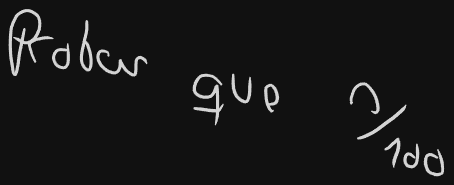
EgusquizaOreJesus/vault_obsidian keeps this Excalidraw diagram as ANEXOS/Week2 - Notes 2024-08-29 12.16.21.excalidraw.png. Above is the earlier version. Source tidied: one line per element, renumbered; positions are measured from the earlier drawing's top-left corner, leaving out a move shared by most shapes.
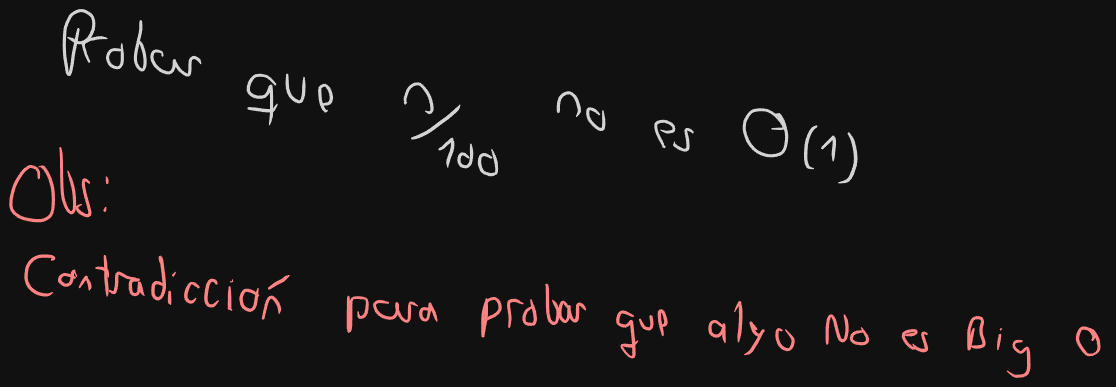
Later version of the same file.

Commit message:
vault backup: 2024-08-29 14:12:05

What changed in the source:
```diff
@@ -12,3 +12,56 @@
 {"id": 11, "type": "freedraw", "strokeColor": "#1e1e1e", "strokeWidth": 0.5, "roughness": 1, "x": 376, "y": 139, "width": 13, "height": 29, "points": [[0, 0], [4, -1], [6, -4], [7, -6], [10, -7], [11, -8], [12, -10], [13, -11], [13, -7], [13, -5], [13, 0], [12, 2], [11, 6], [8, 11], [8, 13], [7, 16], [7, 17], [7, 18], [8, 18], [8, 18]]}
 {"id": 12, "type": "freedraw", "strokeColor": "#1e1e1e", "strokeWidth": 0.5, "roughness": 1, "x": 404, "y": 148, "width": 13, "height": 24, "points": [[0, 0], [-5, -5], [-7, -5], [-8, -4], [-10, -1], [-10, 1], [-10, 4], [-10, 6], [-7, 8], [-6, 10], [-1, 10], [0, 10], [2, 6], [4, 4], [4, -5], [4, -8], [2, -12], [2, -14], [2, -14]]}
 {"id": 13, "type": "freedraw", "strokeColor": "#1e1e1e", "strokeWidth": 0.5, "roughness": 1, "x": 427, "y": 148, "width": 19, "height": 28, "points": [[0, 0], [-8, -5], [-10, -4], [-12, -1], [-12, 1], [-12, 5], [-12, 8], [-10, 14], [-7, 17], [-1, 18], [4, 18], [6, 16], [7, 14], [5, -1], [2, -5], [0, -10], [0, -10]]}
+{"id": 14, "type": "freedraw", "strokeColor": "#1e1e1e", "strokeWidth": 0.5, "roughness": 1, "x": 494, "y": 102, "width": 22, "height": 25, "points": [[0, 0], [0, 2], [0, 1], [0, -1], [0, -4], [0, -7], [0, -10], [1, -13], [2, -17], [7, -20], [12, -20], [14, -19], [18, -14], [19, -12], [20, -6], [22, -1], [22, 0], [20, 2], [18, 4], [18, 5], [18, 5]]}
+{"id": 15, "type": "freedraw", "strokeColor": "#1e1e1e", "strokeWidth": 0.5, "roughness": 1, "x": 535, "y": 104, "width": 17, "height": 22, "points": [[0, 0], [-6, -6], [-8, -6], [-10, -6], [-12, -6], [-12, -4], [-12, 2], [-10, 8], [-6, 11], [-1, 14], [0, 16], [2, 16], [4, 16], [5, 14], [5, 13], [5, 7], [5, 4], [4, -2], [4, -5], [4, -5]]}
+{"id": 16, "type": "freedraw", "strokeColor": "#1e1e1e", "strokeWidth": 0.5, "roughness": 1, "x": 599, "y": 137, "width": 19, "height": 28, "points": [[0, 0], [2, 1], [2, 0], [0, -2], [-1, -6], [-4, -8], [-5, -12], [-6, -14], [-7, -18], [-7, -20], [-7, -22], [-7, -24], [-6, -25], [-4, -25], [1, -26], [7, -25], [11, -22], [12, -20], [12, -17], [11, -14], [8, -14], [4, -14], [1, -14], [-1, -17], [-2, -17], [-2, -17]]}
+{"id": 17, "type": "freedraw", "strokeColor": "#1e1e1e", "strokeWidth": 0.5, "roughness": 1, "x": 629, "y": 122, "width": 20, "height": 23, "points": [[0, 0], [-4, -4], [-6, -4], [-7, -4], [-7, -2], [-7, -1], [-6, 5], [-5, 8], [-5, 11], [-5, 13], [-5, 16], [-5, 17], [-5, 18], [-10, 19], [-16, 16], [-18, 13], [-19, 12], [-20, 11], [-20, 10], [-18, 10], [-18, 10]]}
+{"id": 18, "type": "freedraw", "strokeColor": "#1e1e1e", "strokeWidth": 0.5, "roughness": 1, "x": 708, "y": 119, "width": 44, "height": 48, "points": [[0, 0], [8, 0], [10, 0], [11, 0], [12, 0], [12, -1], [12, -2], [11, -5], [10, -6], [8, -8], [6, -11], [4, -13], [1, -16], [-1, -17], [-4, -18], [-6, -19], [-8, -19], [-13, -19], [-18, -19], [-23, -17], [-24, -14], [-28, -8], [-29, -4], [-29, 6], [-24, 14], [-22, 18], [-14, 25], [-10, 26], [-1, 29], [7, 28], [13, 24], [14, 20], [16, 12], [16, 1], [13, -5], [10, -13], [6, -17], [5, -17], [4, -17], [4, -14], [4, -14]]}
+{"id": 19, "type": "freedraw", "strokeColor": "#1e1e1e", "strokeWidth": 0.5, "roughness": 1, "x": 752, "y": 116, "width": 11, "height": 43, "points": [[0, 0], [-1, 0], [-5, 2], [-6, 5], [-8, 10], [-10, 14], [-11, 19], [-11, 24], [-11, 29], [-11, 32], [-11, 36], [-10, 38], [-8, 42], [-6, 43], [-5, 43], [-2, 42], [-2, 42]]}
+{"id": 20, "type": "freedraw", "strokeColor": "#1e1e1e", "strokeWidth": 0.5, "roughness": 1, "x": 758, "y": 138, "width": 12, "height": 25, "points": [[0, 0], [8, -8], [10, -10], [11, -11], [12, -12], [12, -10], [12, -7], [12, -4], [12, 0], [11, 4], [11, 7], [11, 11], [11, 12], [11, 13], [11, 13]]}
+{"id": 21, "type": "freedraw", "strokeColor": "#1e1e1e", "strokeWidth": 0.5, "roughness": 1, "x": 785, "y": 124, "width": 18, "height": 49, "points": [[0, 0], [6, 10], [6, 14], [7, 20], [7, 25], [7, 30], [6, 35], [2, 43], [1, 46], [-1, 48], [-4, 49], [-8, 49], [-11, 49], [-11, 49]]}
+{"id": 22, "type": "freedraw", "strokeColor": "#e03131", "strokeWidth": 0.5, "roughness": 1, "x": -25, "y": 168, "width": 44, "height": 58, "points": [[0, 0], [0, -2], [0, -4], [0, -5], [0, -7], [-1, -8], [-2, -10], [-4, -11], [-5, -11], [-8, -12], [-11, -12], [-14, -8], [-18, -5], [-23, 4], [-25, 8], [-26, 13], [-29, 24], [-29, 28], [-28, 35], [-24, 37], [-19, 40], [-14, 42], [-8, 42], [-4, 43], [5, 43], [8, 42], [14, 37], [16, 32], [16, 20], [14, 6], [12, -1], [7, -10], [4, -13], [1, -14], [0, -14], [0, -11], [0, -11]]}
+{"id": 23, "type": "freedraw", "strokeColor": "#e03131", "strokeWidth": 0.5, "roughness": 1, "x": -4, "y": 138, "width": 14, "height": 66, "points": [[0, 0], [1, 2], [1, 7], [1, 12], [1, 18], [1, 25], [1, 32], [2, 64], [7, 65], [10, 66], [11, 66], [12, 66], [13, 64], [14, 62], [14, 59], [14, 49], [13, 36], [10, 28], [8, 25], [8, 23], [7, 23], [7, 23]]}
+{"id": 24, "type": "freedraw", "strokeColor": "#e03131", "strokeWidth": 0.5, "roughness": 1, "x": 25, "y": 173, "width": 14, "height": 37, "points": [[0, 0], [-4, -4], [-5, -4], [-6, -4], [-6, -2], [-6, 1], [-6, 5], [-5, 8], [-4, 13], [-2, 18], [-1, 22], [0, 25], [0, 28], [1, 30], [1, 32], [0, 34], [-2, 34], [-6, 32], [-11, 29], [-12, 28], [-13, 25], [-13, 23], [-10, 22], [-7, 22], [-7, 22]]}
+{"id": 25, "type": "freedraw", "strokeColor": "#e03131", "strokeWidth": 0.5, "roughness": 1, "x": 41, "y": 200, "width": 1, "height": 4, "points": [[0, 0], [1, 0], [1, -4], [1, -4]]}
+{"id": 26, "type": "freedraw", "strokeColor": "#e03131", "strokeWidth": 0.5, "roughness": 1, "x": 43, "y": 173, "width": 1, "height": 7, "points": [[0, 0], [0, -6], [0, -7], [-1, -6], [-1, -6]]}
+{"id": 27, "type": "freedraw", "strokeColor": "#e03131", "strokeWidth": 0.5, "roughness": 1, "x": -12, "y": 250, "width": 30, "height": 40, "points": [[0, 0], [4, 0], [4, -1], [2, -2], [0, -4], [-4, -4], [-6, -4], [-10, -4], [-13, -4], [-17, -2], [-20, 0], [-23, 2], [-25, 7], [-26, 11], [-26, 18], [-26, 24], [-23, 29], [-20, 31], [-16, 34], [-13, 35], [-8, 36], [-2, 36], [0, 35], [1, 32], [1, 32]]}
+{"id": 28, "type": "freedraw", "strokeColor": "#e03131", "strokeWidth": 0.5, "roughness": 1, "x": 11, "y": 268, "width": 18, "height": 16, "points": [[0, 0], [-8, -4], [-11, -4], [-13, -4], [-16, 0], [-16, 1], [-16, 4], [-16, 5], [-12, 7], [-8, 8], [-7, 8], [-4, 6], [-4, 5], [-2, 2], [-2, -1], [-2, -2], [-2, -5], [-2, -6], [-1, -7], [0, -7], [2, 0], [2, 0]]}
+{"id": 29, "type": "freedraw", "strokeColor": "#e03131", "strokeWidth": 0.5, "roughness": 1, "x": 16, "y": 277, "width": 11, "height": 17, "points": [[0, 0], [7, -12], [8, -12], [11, -2], [11, 0], [11, 4], [10, 4], [10, 5], [10, 4], [10, 2], [10, 2]]}
+{"id": 30, "type": "freedraw", "strokeColor": "#e03131", "strokeWidth": 0.5, "roughness": 1, "x": 41, "y": 246, "width": 2, "height": 41, "points": [[0, 0], [1, 10], [1, 14], [1, 19], [1, 24], [1, 28], [2, 32], [2, 35], [2, 40], [2, 41], [2, 41]]}
+{"id": 31, "type": "freedraw", "strokeColor": "#e03131", "strokeWidth": 0.5, "roughness": 1, "x": 32, "y": 258, "width": 12, "height": 10, "points": [[0, 0], [7, 0], [8, 1], [10, 2], [11, 2], [12, 4], [12, 7], [12, 10], [12, 10]]}
+{"id": 32, "type": "freedraw", "strokeColor": "#e03131", "strokeWidth": 0.5, "roughness": 1, "x": 46, "y": 281, "width": 35, "height": 23, "points": [[0, 0], [6, 4], [6, 2], [6, 0], [6, -2], [7, -5], [7, -8], [7, -13], [7, -16], [7, -18], [8, -18], [10, -18], [11, -18], [13, -16], [16, -14], [18, -13], [20, -12], [25, -12], [26, -12], [29, -11], [30, -11], [29, -11], [28, -11], [26, -11], [24, -11], [22, -11], [20, -10], [20, -7], [20, -1], [22, 4], [23, 5], [26, 5], [29, 4], [30, 1], [30, -5], [30, -7], [30, -10], [31, -7], [31, -4], [31, -1], [32, 1], [32, 4], [34, 5], [35, 5], [35, 5]]}
+{"id": 33, "type": "freedraw", "strokeColor": "#e03131", "strokeWidth": 0.5, "roughness": 1, "x": 98, "y": 275, "width": 12, "height": 43, "points": [[0, 0], [-4, -2], [-5, -2], [-7, -2], [-8, -2], [-10, 0], [-10, 2], [-10, 6], [-10, 12], [-8, 13], [-6, 14], [-5, 14], [-2, 14], [0, 12], [2, 6], [2, 2], [2, -4], [0, -20], [-1, -26], [-1, -29], [-2, -29], [-2, -28], [-2, -24], [-1, -20], [0, -17], [0, -17]]}
+{"id": 34, "type": "freedraw", "strokeColor": "#e03131", "strokeWidth": 0.5, "roughness": 1, "x": 106, "y": 282, "width": 1, "height": 16, "points": [[0, 0], [0, 8], [0, 10], [0, 14], [0, 16], [0, 14], [1, 12], [1, 12]]}
+{"id": 35, "type": "freedraw", "strokeColor": "#e03131", "strokeWidth": 0.5, "roughness": 1, "x": 109, "y": 265, "width": 2, "height": 6, "points": [[0, 0], [1, -6], [1, -5], [2, -2], [2, -2]]}
+{"id": 36, "type": "freedraw", "strokeColor": "#e03131", "strokeWidth": 0.5, "roughness": 1, "x": 134, "y": 277, "width": 13, "height": 20, "points": [[0, 0], [-5, -5], [-7, -5], [-10, -5], [-13, 5], [-13, 8], [-13, 11], [-12, 13], [-11, 14], [-8, 16], [-6, 16], [-5, 14], [-4, 13], [-2, 11], [-2, 11]]}
+{"id": 37, "type": "freedraw", "strokeColor": "#e03131", "strokeWidth": 0.5, "roughness": 1, "x": 152, "y": 274, "width": 13, "height": 26, "points": [[0, 0], [0, -4], [-1, -4], [-2, -4], [-5, -4], [-6, -4], [-7, -2], [-8, 0], [-10, 4], [-11, 12], [-11, 16], [-11, 18], [-10, 20], [-8, 23], [-6, 23], [-2, 23], [-1, 22], [1, 18], [2, 17], [2, 17]]}
+{"id": 38, "type": "freedraw", "strokeColor": "#e03131", "strokeWidth": 0.5, "roughness": 1, "x": 166, "y": 277, "width": 2, "height": 25, "points": [[0, 0], [0, 13], [0, 17], [0, 20], [0, 23], [0, 24], [1, 25], [2, 23], [2, 23]]}
+{"id": 39, "type": "freedraw", "strokeColor": "#e03131", "strokeWidth": 0.5, "roughness": 1, "x": 168, "y": 271, "width": 1, "height": 5, "points": [[0, 0], [-1, -4], [-1, -2], [-1, -1], [-1, 1], [-1, 1]]}
+{"id": 40, "type": "freedraw", "strokeColor": "#e03131", "strokeWidth": 0.5, "roughness": 1, "x": 194, "y": 286, "width": 18, "height": 24, "points": [[0, 0], [-8, -6], [-11, -6], [-14, -6], [-16, -5], [-17, -1], [-18, 2], [-18, 6], [-16, 13], [-13, 14], [-8, 16], [-6, 16], [-2, 12], [-1, 5], [-1, -7], [0, -8], [0, -8]]}
+{"id": 41, "type": "freedraw", "strokeColor": "#e03131", "strokeWidth": 0.5, "roughness": 1, "x": 199, "y": 308, "width": 17, "height": 22, "points": [[0, 0], [4, -17], [5, -20], [6, -22], [7, -22], [8, -22], [10, -22], [12, -19], [16, -14], [17, -11], [17, -8], [17, -7], [17, -5], [16, -5], [16, -5]]}
+{"id": 42, "type": "freedraw", "strokeColor": "#e03131", "strokeWidth": 0.5, "roughness": 1, "x": 205, "y": 278, "width": 20, "height": 13, "points": [[0, 0], [8, -6], [11, -7], [12, -7], [14, -8], [16, -10], [17, -11], [18, -12], [20, -13], [20, -13]]}
+{"id": 43, "type": "freedraw", "strokeColor": "#e03131", "strokeWidth": 0.5, "roughness": 1, "x": 284, "y": 287, "width": 23, "height": 38, "points": [[0, 0], [0, 1], [0, 5], [0, 11], [0, 16], [0, 20], [0, 25], [0, 29], [0, 34], [0, 35], [0, 36], [1, 35], [2, 32], [2, 30], [2, 26], [2, 18], [2, 14], [2, 6], [2, 0], [6, -2], [22, 1], [23, 4], [18, 22], [16, 22], [13, 22], [11, 22], [10, 20], [10, 18], [10, 17], [10, 14], [10, 14]]}
+{"id": 44, "type": "freedraw", "strokeColor": "#e03131", "strokeWidth": 0.5, "roughness": 1, "x": 324, "y": 293, "width": 44, "height": 22, "points": [[0, 0], [-12, -2], [-13, -1], [-14, 1], [-14, 4], [-12, 10], [-8, 13], [-5, 14], [-1, 16], [1, 16], [4, 16], [6, 16], [7, 13], [8, 12], [10, 10], [10, 7], [10, 2], [10, 0], [8, 0], [8, 1], [8, 8], [13, 16], [14, 18], [17, 18], [18, 19], [20, 19], [20, 18], [22, 17], [22, 14], [22, 7], [22, 1], [22, 0], [22, -1], [25, 0], [28, 1], [30, 4], [30, 4]]}
+{"id": 45, "type": "freedraw", "strokeColor": "#e03131", "strokeWidth": 0.5, "roughness": 1, "x": 367, "y": 300, "width": 17, "height": 19, "points": [[0, 0], [-10, -2], [-11, -1], [-11, 1], [-11, 4], [-11, 6], [-10, 8], [-8, 10], [-7, 11], [-4, 11], [-2, 8], [-1, 1], [-1, -5], [-1, -6], [-1, -7], [-1, -6], [1, 0], [4, 4], [5, 7], [5, 10], [6, 12], [6, 12]]}
+{"id": 46, "type": "freedraw", "strokeColor": "#e03131", "strokeWidth": 0.5, "roughness": 1, "x": 422, "y": 289, "width": 18, "height": 40, "points": [[0, 0], [0, 4], [0, 7], [0, 11], [0, 16], [0, 20], [-1, 24], [-2, 29], [-2, 31], [-4, 36], [-4, 38], [-4, 37], [-4, 35], [-4, 31], [-4, 28], [-4, 18], [-4, 13], [-2, 10], [-1, 5], [0, 2], [1, 0], [5, -1], [8, -1], [11, -1], [14, 4], [14, 7], [14, 12], [12, 14], [7, 18], [2, 19], [0, 19], [0, 20], [0, 22], [0, 22]]}
+{"id": 47, "type": "freedraw", "strokeColor": "#e03131", "strokeWidth": 0.5, "roughness": 1, "x": 445, "y": 317, "width": 16, "height": 26, "points": [[0, 0], [1, -8], [1, -13], [-1, -24], [-1, -25], [0, -26], [1, -26], [2, -26], [4, -26], [5, -26], [6, -26], [8, -26], [10, -25], [11, -24], [12, -24], [14, -23], [14, -23]]}
+{"id": 48, "type": "freedraw", "strokeColor": "#e03131", "strokeWidth": 0.5, "roughness": 1, "x": 467, "y": 298, "width": 12, "height": 25, "points": [[0, 0], [-7, 5], [-7, 8], [-7, 11], [-7, 13], [-6, 16], [-5, 17], [-2, 17], [0, 17], [1, 17], [4, 17], [5, 16], [5, 12], [5, 10], [4, 2], [2, -1], [0, -6], [0, -7], [0, -8], [0, -8]]}
+{"id": 49, "type": "freedraw", "strokeColor": "#e03131", "strokeWidth": 0.5, "roughness": 1, "x": 482, "y": 275, "width": 12, "height": 42, "points": [[0, 0], [1, -2], [1, 1], [1, 6], [1, 18], [1, 25], [1, 30], [2, 35], [4, 37], [5, 38], [7, 40], [8, 40], [12, 37], [12, 31], [12, 26], [12, 23], [10, 20], [7, 16], [7, 14], [6, 14], [6, 16], [6, 16]]}
+{"id": 50, "type": "freedraw", "strokeColor": "#e03131", "strokeWidth": 0.5, "roughness": 1, "x": 504, "y": 298, "width": 26, "height": 22, "points": [[0, 0], [-5, -7], [-6, -7], [-7, -5], [-7, -2], [-8, 1], [-8, 6], [-8, 10], [-7, 12], [-5, 13], [-4, 14], [-2, 14], [-1, 14], [2, 8], [1, -2], [1, -4], [1, -1], [1, 1], [1, 5], [2, 8], [4, 12], [5, 13], [7, 14], [8, 14], [10, 13], [10, 11], [10, 7], [10, 4], [10, 0], [10, -2], [10, -5], [12, -5], [14, -2], [16, -1], [17, 1], [17, 2], [18, 2], [18, 2]]}
+{"id": 51, "type": "freedraw", "strokeColor": "#e03131", "strokeWidth": 0.5, "roughness": 1, "x": 569, "y": 306, "width": 22, "height": 48, "points": [[0, 0], [-12, -6], [-13, -5], [-14, -2], [-14, 0], [-16, 4], [-16, 7], [-14, 10], [-10, 11], [-6, 11], [-5, 10], [-2, 7], [-1, 5], [-1, 4], [-1, 5], [-1, 7], [0, 17], [0, 22], [1, 26], [1, 35], [1, 38], [1, 41], [1, 42], [0, 42], [-5, 41], [-8, 36], [-11, 32], [-12, 30], [-12, 29], [-11, 29], [-7, 29], [-4, 30], [-1, 30], [0, 30], [1, 30], [6, 24], [6, 24]]}
+{"id": 52, "type": "freedraw", "strokeColor": "#e03131", "strokeWidth": 0.5, "roughness": 1, "x": 576, "y": 310, "width": 12, "height": 17, "points": [[0, 0], [4, 8], [5, 10], [7, 10], [10, 10], [11, 10], [11, 8], [12, 7], [12, 5], [12, 4], [12, 1], [11, -2], [11, -6], [10, -7], [10, -6], [11, -4], [11, -4]]}
+{"id": 53, "type": "freedraw", "strokeColor": "#e03131", "strokeWidth": 0.5, "roughness": 1, "x": 599, "y": 325, "width": 7, "height": 25, "points": [[0, 0], [-1, -7], [-2, -11], [-4, -16], [-4, -19], [-4, -23], [-4, -24], [-4, -25], [-1, -25], [0, -24], [1, -23], [4, -14], [4, -12], [4, -11], [2, -10], [0, -8], [-1, -8], [-4, -10], [-4, -10]]}
+{"id": 54, "type": "freedraw", "strokeColor": "#e03131", "strokeWidth": 0.5, "roughness": 1, "x": 660, "y": 318, "width": 16, "height": 24, "points": [[0, 0], [-10, -8], [-11, -8], [-13, -6], [-14, -4], [-14, -1], [-14, 5], [-13, 6], [-12, 7], [-10, 8], [-7, 8], [-5, 8], [-4, 7], [-1, 4], [0, 1], [0, -4], [0, -5], [0, 5], [0, 11], [0, 13], [0, 16], [1, 16], [1, 14], [1, 14]]}
+{"id": 55, "type": "freedraw", "strokeColor": "#e03131", "strokeWidth": 0.5, "roughness": 1, "x": 671, "y": 301, "width": 6, "height": 43, "points": [[0, 0], [6, -12], [6, -10], [6, -6], [6, -1], [6, 5], [6, 16], [5, 20], [5, 25], [4, 28], [4, 30], [4, 31], [4, 31]]}
+{"id": 56, "type": "freedraw", "strokeColor": "#e03131", "strokeWidth": 0.5, "roughness": 1, "x": 692, "y": 319, "width": 20, "height": 37, "points": [[0, 0], [-10, -11], [-1, 7], [1, 7], [4, 7], [6, 5], [8, -1], [6, 2], [-4, 20], [-6, 23], [-7, 25], [-10, 25], [-11, 26], [-12, 26], [-12, 25], [-12, 25]]}
+{"id": 57, "type": "freedraw", "strokeColor": "#e03131", "strokeWidth": 0.5, "roughness": 1, "x": 718, "y": 320, "width": 17, "height": 23, "points": [[0, 0], [-5, -2], [-5, 0], [-5, 2], [-5, 6], [-5, 10], [-2, 14], [-1, 17], [4, 20], [8, 20], [10, 19], [12, 14], [12, 11], [12, 8], [11, 6], [2, -2], [2, -2]]}
+{"id": 58, "type": "freedraw", "strokeColor": "#e03131", "strokeWidth": 0.5, "roughness": 1, "x": 763, "y": 334, "width": 20, "height": 31, "points": [[0, 0], [0, 1], [0, 0], [0, -2], [0, -5], [0, -7], [0, -11], [0, -16], [0, -19], [1, -26], [2, -29], [4, -29], [5, -29], [7, -25], [8, -22], [10, -13], [11, -10], [12, -5], [13, -2], [14, -2], [16, -2], [17, -2], [19, -5], [19, -7], [20, -14], [20, -18], [19, -22], [19, -24], [18, -28], [17, -30], [17, -29], [17, -29]]}
+{"id": 59, "type": "freedraw", "strokeColor": "#e03131", "strokeWidth": 0.5, "roughness": 1, "x": 798, "y": 322, "width": 17, "height": 18, "points": [[0, 0], [-7, 0], [-10, 2], [-11, 4], [-11, 6], [-11, 7], [-11, 10], [-8, 11], [-6, 12], [0, 13], [5, 12], [6, 11], [6, 10], [6, 7], [5, 2], [0, -2], [-1, -5], [-1, -5]]}
+{"id": 60, "type": "freedraw", "strokeColor": "#e03131", "strokeWidth": 0.5, "roughness": 1, "x": 851, "y": 338, "width": 14, "height": 19, "points": [[0, 0], [0, 1], [-1, 1], [-2, 0], [-5, -1], [-6, -4], [-8, -5], [-10, -7], [-12, -11], [-12, -13], [-12, -14], [-11, -16], [-10, -17], [-7, -17], [-5, -18], [0, -18], [2, -18], [2, -17], [2, -16], [-1, -13], [-4, -13], [-8, -13], [-11, -13], [-10, -13], [-10, -13]]}
+{"id": 61, "type": "freedraw", "strokeColor": "#e03131", "strokeWidth": 0.5, "roughness": 1, "x": 863, "y": 324, "width": 14, "height": 19, "points": [[0, 0], [-5, -2], [-5, -1], [-5, 1], [-4, 4], [-2, 7], [-1, 10], [-1, 12], [0, 14], [0, 16], [0, 17], [-1, 17], [-4, 17], [-6, 17], [-11, 14], [-13, 13], [-14, 10], [-14, 10]]}
+{"id": 62, "type": "freedraw", "strokeColor": "#e03131", "strokeWidth": 0.5, "roughness": 1, "x": 910, "y": 319, "width": 16, "height": 35, "points": [[0, 0], [-2, 8], [-5, 23], [-5, 22], [-5, 20], [-5, 19], [-5, 17], [-5, 14], [-5, 12], [-5, 10], [-5, 7], [-5, 2], [-5, 0], [-4, -5], [-1, -10], [-1, -11], [1, -12], [4, -12], [6, -12], [8, -11], [10, -10], [10, -6], [8, -4], [7, -1], [7, 0], [7, 5], [8, 10], [11, 13], [11, 14], [11, 17], [10, 18], [5, 18], [2, 18], [-1, 18], [-4, 18], [-4, 17], [-4, 17]]}
+{"id": 63, "type": "freedraw", "strokeColor": "#e03131", "strokeWidth": 0.5, "roughness": 1, "x": 936, "y": 325, "width": 2, "height": 16, "points": [[0, 0], [-2, 14], [-2, 16], [-2, 16]]}
+{"id": 64, "type": "freedraw", "strokeColor": "#e03131", "strokeWidth": 0.5, "roughness": 1, "x": 937, "y": 319, "width": 1, "height": 1, "points": [[0, 0], [-1, 0], [-1, 1], [-1, 1]]}
+{"id": 65, "type": "freedraw", "strokeColor": "#e03131", "strokeWidth": 0.5, "roughness": 1, "x": 958, "y": 331, "width": 23, "height": 36, "points": [[0, 0], [-8, 0], [-10, 2], [-8, 10], [0, 13], [1, 13], [6, 6], [6, 5], [7, 7], [7, 12], [7, 17], [7, 22], [7, 26], [7, 31], [5, 35], [1, 36], [-7, 36], [-12, 35], [-16, 29], [-16, 29]]}
+{"id": 66, "type": "freedraw", "strokeColor": "#e03131", "strokeWidth": 0.5, "roughness": 1, "x": 1028, "y": 330, "width": 30, "height": 31, "points": [[0, 0], [2, -2], [2, -4], [2, -5], [-1, -10], [-4, -11], [-5, -12], [-7, -12], [-8, -12], [-10, -12], [-12, -12], [-13, -10], [-14, -6], [-16, -2], [-16, 6], [-4, 19], [0, 19], [14, 10], [6, -8], [0, -11], [-1, -12], [-4, -12], [-4, -12]]}
```
